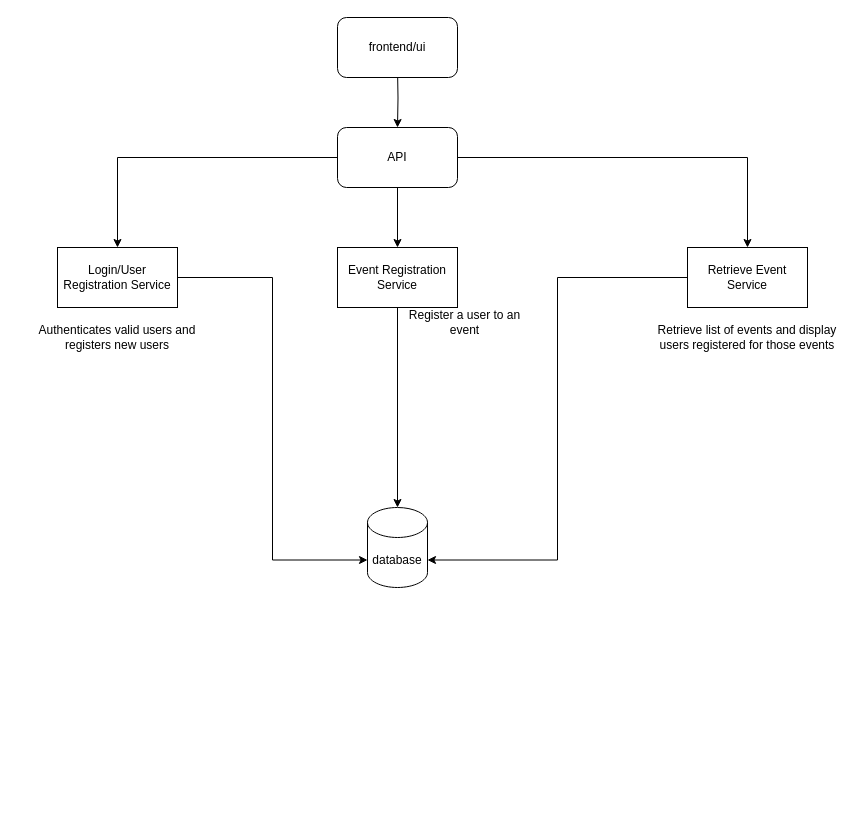
Above: Untitled Diagram.drawio in adalsantana/BAHMSD (draw.io), before the change. Source tidied: cells renumbered, new cells numbered last; positions are measured from the earlier drawing's top-left corner, leaving out a move shared by most shapes. Both pictures are drawn from the tidied source at 100%, with x=0, y=0 at pixel (17, 17).
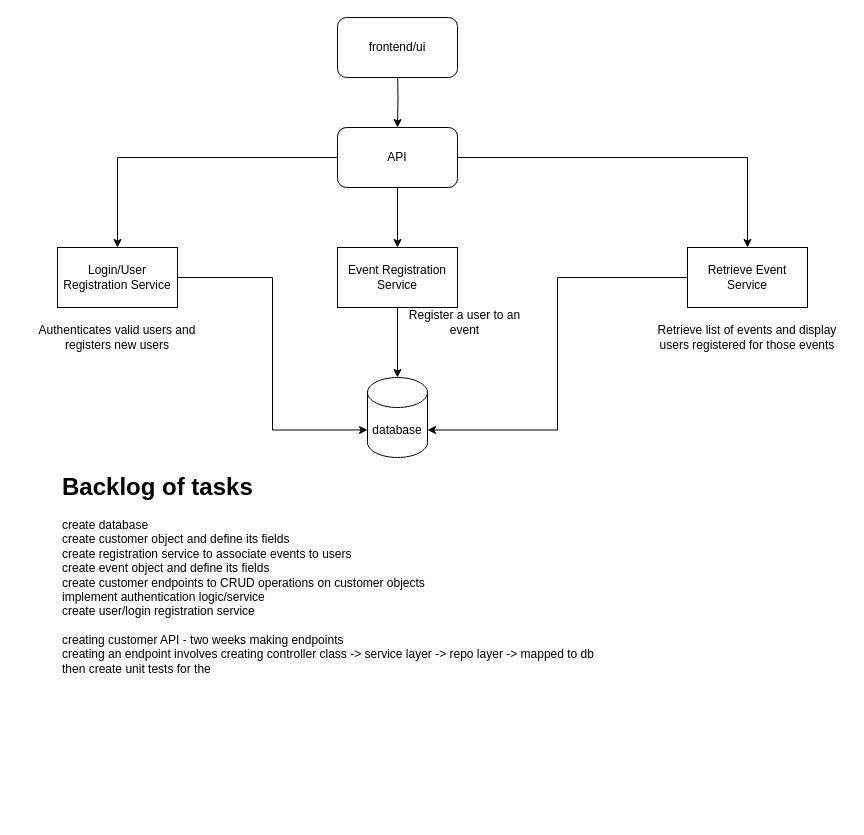
Above is the later version.

Change to the diagram source:
```diff
@@
 <mxGraphModel>
   <root>
     <mxCell id="0" />
     <mxCell id="1" parent="0" />
     <mxCell id="2" style="edgeStyle=orthogonalEdgeStyle;rounded=0;jettySize=auto;html=1;entryX=0;entryY=0;entryDx=0;entryDy=52.5;entryPerimeter=0;" parent="1" edge="1" source="3" target="4">
       <mxGeometry relative="1" as="geometry" />
     </mxCell>
     <mxCell id="3" value="Login/User Registration Service" style="rounded=0;whiteSpace=wrap;html=1;" parent="1" vertex="1">
       <mxGeometry x="40" y="230" width="120" height="60" as="geometry" />
     </mxCell>
     <mxCell id="4" value="database" style="shape=cylinder3;whiteSpace=wrap;html=1;boundedLbl=1;backgroundOutline=1;size=15;" parent="1" vertex="1">
-      <mxGeometry x="350" y="490" width="60" height="80" as="geometry" />
+      <mxGeometry x="350" y="360" width="60" height="80" as="geometry" />
     </mxCell>
     <mxCell id="5" style="edgeStyle=orthogonalEdgeStyle;rounded=0;jettySize=auto;html=1;entryX=1;entryY=0;entryDx=0;entryDy=52.5;entryPerimeter=0;" parent="1" edge="1" source="6" target="4">
       <mxGeometry relative="1" as="geometry" />
     </mxCell>
     <mxCell id="6" value="Retrieve Event Service" style="rounded=0;whiteSpace=wrap;html=1;" parent="1" vertex="1">
       <mxGeometry x="670" y="230" width="120" height="60" as="geometry" />
     </mxCell>
     <mxCell id="7" style="edgeStyle=orthogonalEdgeStyle;rounded=0;jettySize=auto;html=1;entryX=0.5;entryY=0;entryDx=0;entryDy=0;" parent="1" edge="1" target="12">
       <mxGeometry relative="1" as="geometry">
         <mxPoint x="380" y="50" as="sourcePoint" />
       </mxGeometry>
     </mxCell>
     <mxCell id="8" value="frontend/ui" style="rounded=1;whiteSpace=wrap;html=1;" parent="1" vertex="1">
       <mxGeometry x="320" width="120" height="60" as="geometry" />
     </mxCell>
     <mxCell id="9" style="edgeStyle=orthogonalEdgeStyle;rounded=0;jettySize=auto;html=1;" parent="1" edge="1" source="12" target="3">
       <mxGeometry relative="1" as="geometry" />
     </mxCell>
     <mxCell id="10" style="edgeStyle=orthogonalEdgeStyle;rounded=0;jettySize=auto;html=1;" parent="1" edge="1" source="12" target="6">
       <mxGeometry relative="1" as="geometry" />
     </mxCell>
     <mxCell id="11" style="edgeStyle=orthogonalEdgeStyle;rounded=0;jettySize=auto;html=1;entryX=0.5;entryY=0;entryDx=0;entryDy=0;" parent="1" edge="1" source="12" target="14">
       <mxGeometry relative="1" as="geometry" />
     </mxCell>
     <mxCell id="12" value="API" style="rounded=1;whiteSpace=wrap;html=1;" parent="1" vertex="1">
       <mxGeometry x="320" y="110" width="120" height="60" as="geometry" />
     </mxCell>
     <mxCell id="13" style="edgeStyle=orthogonalEdgeStyle;rounded=0;jettySize=auto;html=1;entryX=0.5;entryY=0;entryDx=0;entryDy=0;entryPerimeter=0;" parent="1" edge="1" source="14" target="4">
       <mxGeometry relative="1" as="geometry" />
     </mxCell>
     <mxCell id="14" value="Event Registration Service" style="rounded=0;whiteSpace=wrap;html=1;" parent="1" vertex="1">
       <mxGeometry x="320" y="230" width="120" height="60" as="geometry" />
     </mxCell>
     <mxCell id="15" value="Authenticates valid users and registers new users" style="text;html=1;strokeColor=none;fillColor=none;align=center;verticalAlign=middle;whiteSpace=wrap;rounded=0;" parent="1" vertex="1">
       <mxGeometry y="270" width="200" height="100" as="geometry" />
     </mxCell>
     <mxCell id="16" value="Retrieve list of events and display users registered for those events" style="text;html=1;strokeColor=none;fillColor=none;align=center;verticalAlign=middle;whiteSpace=wrap;rounded=0;" parent="1" vertex="1">
       <mxGeometry x="630" y="265" width="200" height="110" as="geometry" />
     </mxCell>
     <mxCell id="17" value="Register a user to an event" style="text;html=1;strokeColor=none;fillColor=none;align=center;verticalAlign=middle;whiteSpace=wrap;rounded=0;" parent="1" vertex="1">
       <mxGeometry x="380" y="280" width="135" height="50" as="geometry" />
     </mxCell>
+    <mxCell id="18" value="&lt;h1&gt;Backlog of tasks&lt;/h1&gt;&lt;div&gt;create database&amp;nbsp;&lt;/div&gt;&lt;div&gt;create customer object and define its fields&amp;nbsp;&lt;/div&gt;&lt;div&gt;create registration service to associate events to users&lt;span&gt;&amp;nbsp;&lt;/span&gt;&lt;/div&gt;&lt;div&gt;create event object and define its fields&lt;/div&gt;&lt;div&gt;create customer endpoints to CRUD operations on customer objects&lt;/div&gt;&lt;div&gt;implement authentication logic/service&lt;/div&gt;&lt;div&gt;create user/login registration service&amp;nbsp;&lt;/div&gt;&lt;div&gt;&lt;br&gt;&lt;/div&gt;&lt;div&gt;creating customer API - two weeks making endpoints&lt;/div&gt;&lt;div&gt;creating an endpoint involves creating controller class -&amp;gt; service layer -&amp;gt; repo layer -&amp;gt; mapped to db&lt;/div&gt;&lt;div&gt;then create unit tests for the&amp;nbsp;&lt;/div&gt;&lt;div&gt;&lt;br&gt;&lt;/div&gt;" style="text;html=1;strokeColor=none;fillColor=none;spacing=5;spacingTop=-20;whiteSpace=wrap;overflow=hidden;rounded=0;" parent="1" vertex="1">
+      <mxGeometry x="40" y="450" width="560" height="350" as="geometry" />
+    </mxCell>
   </root>
 </mxGraphModel>
```
